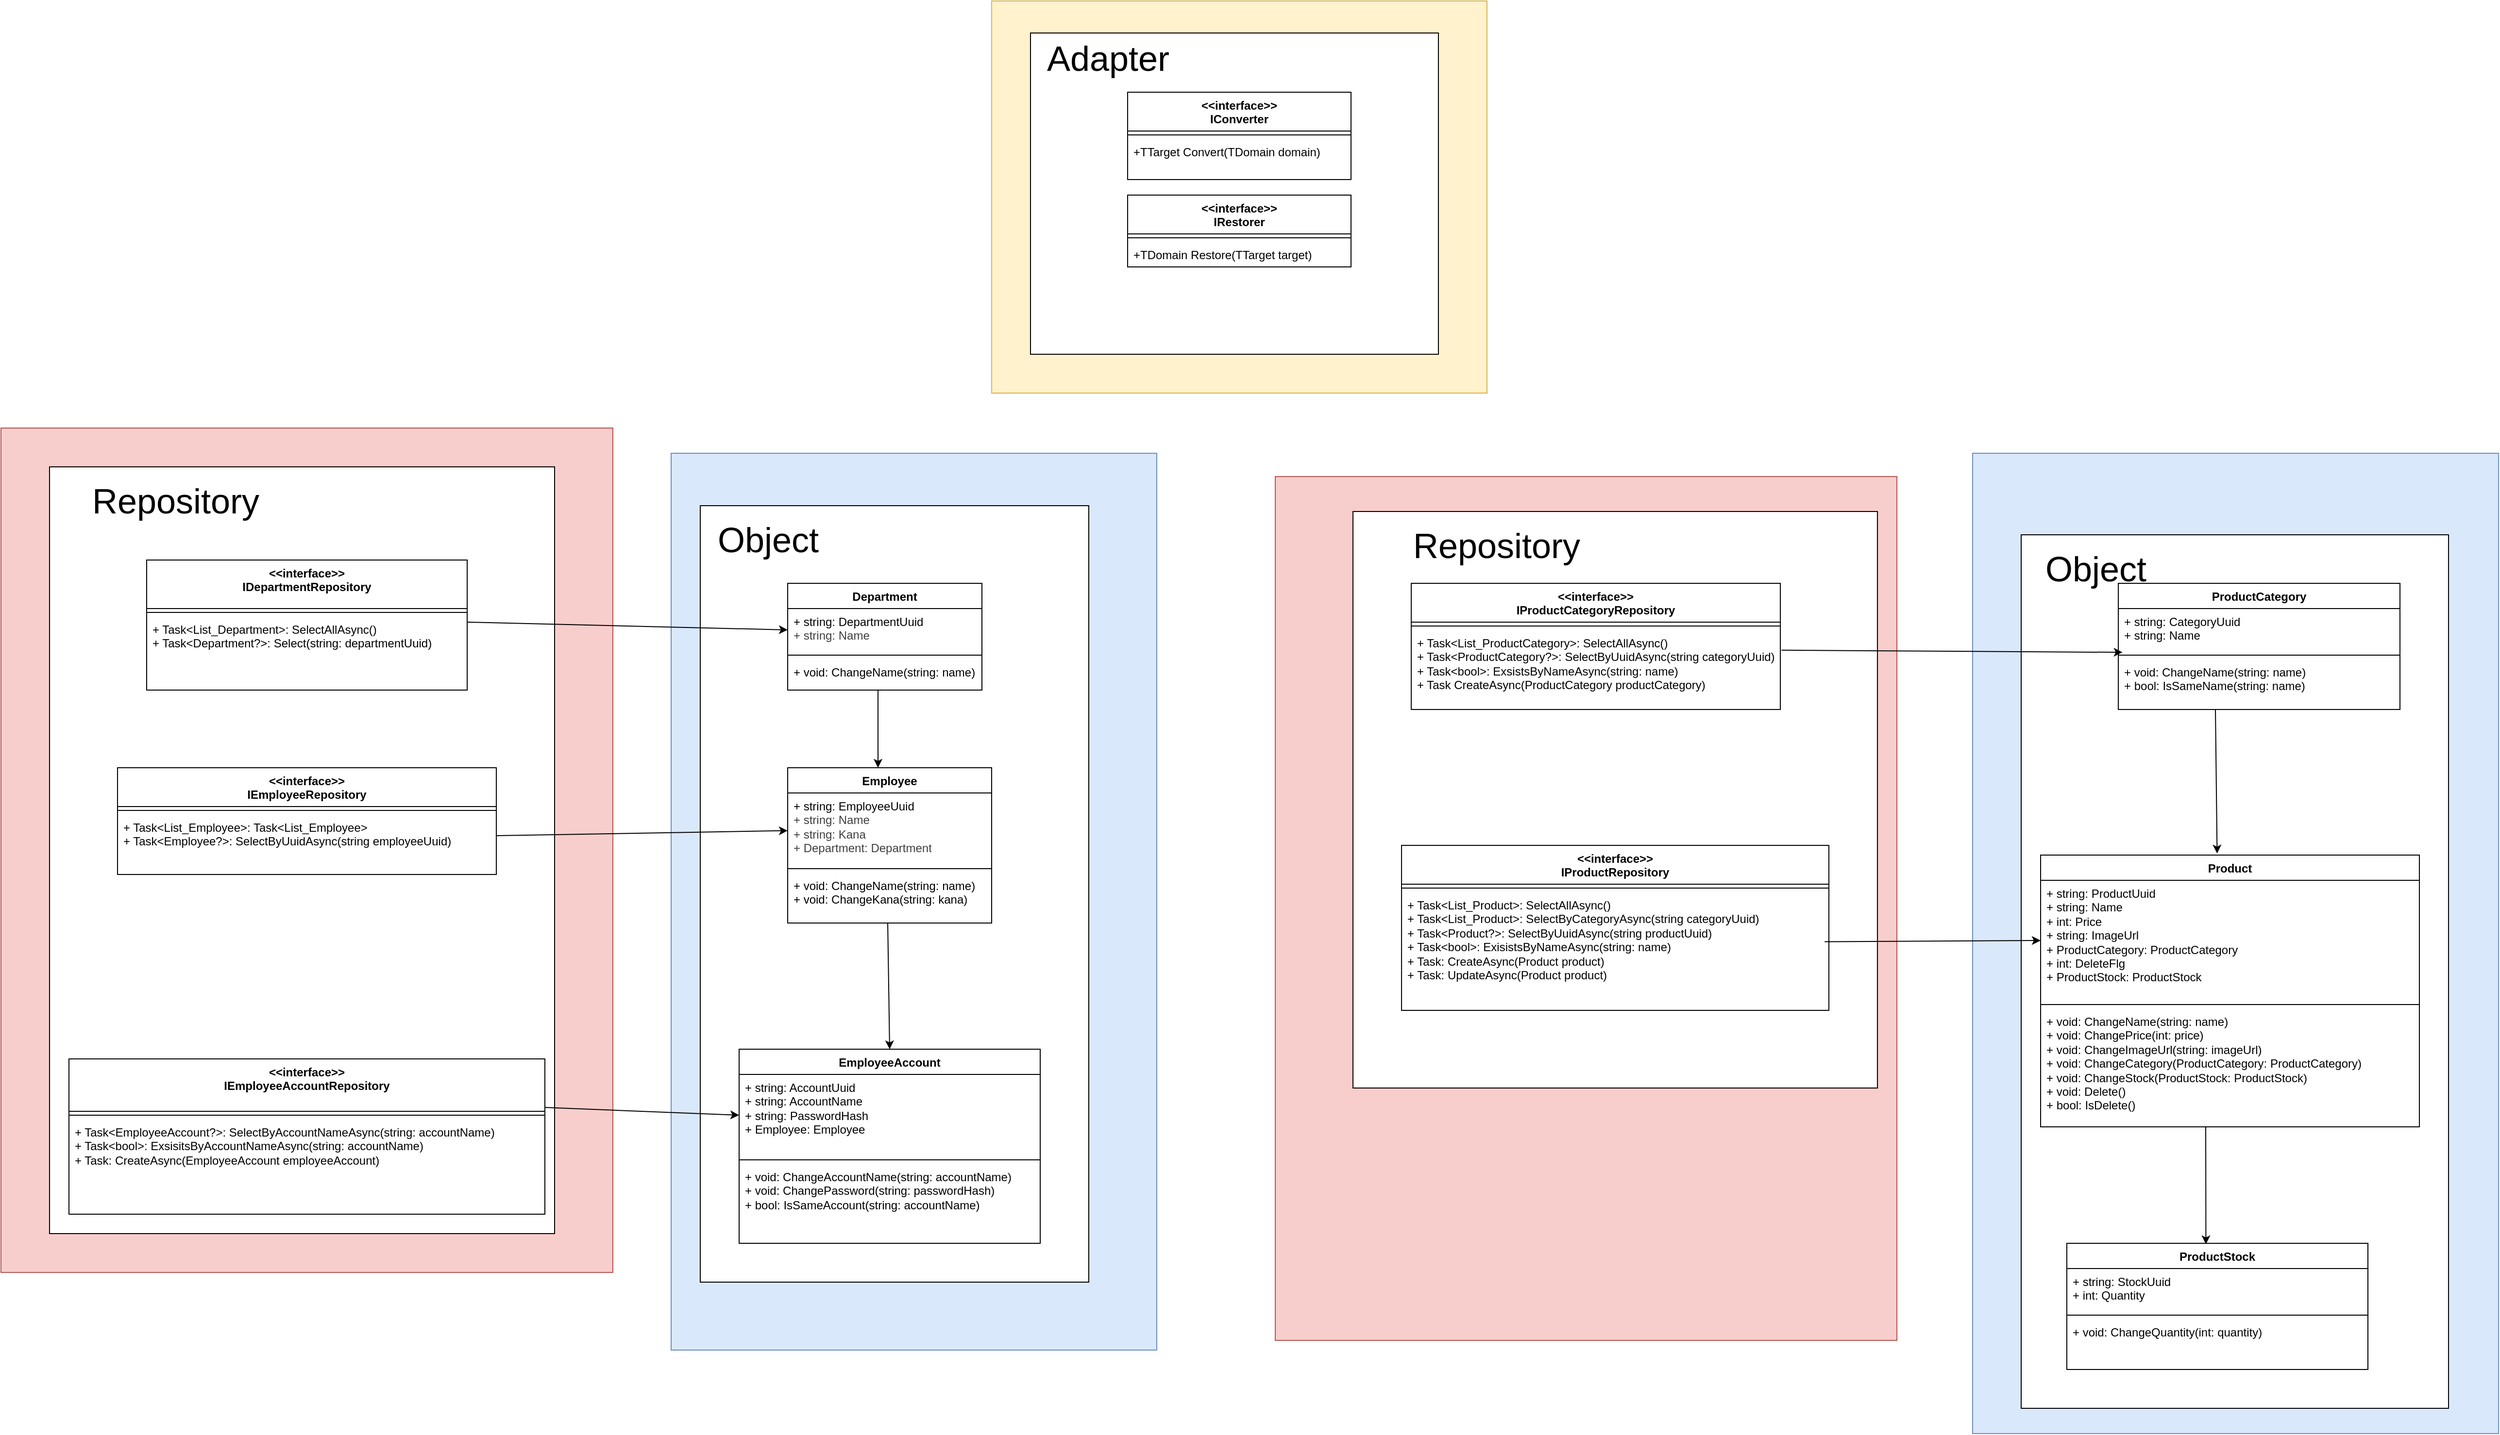
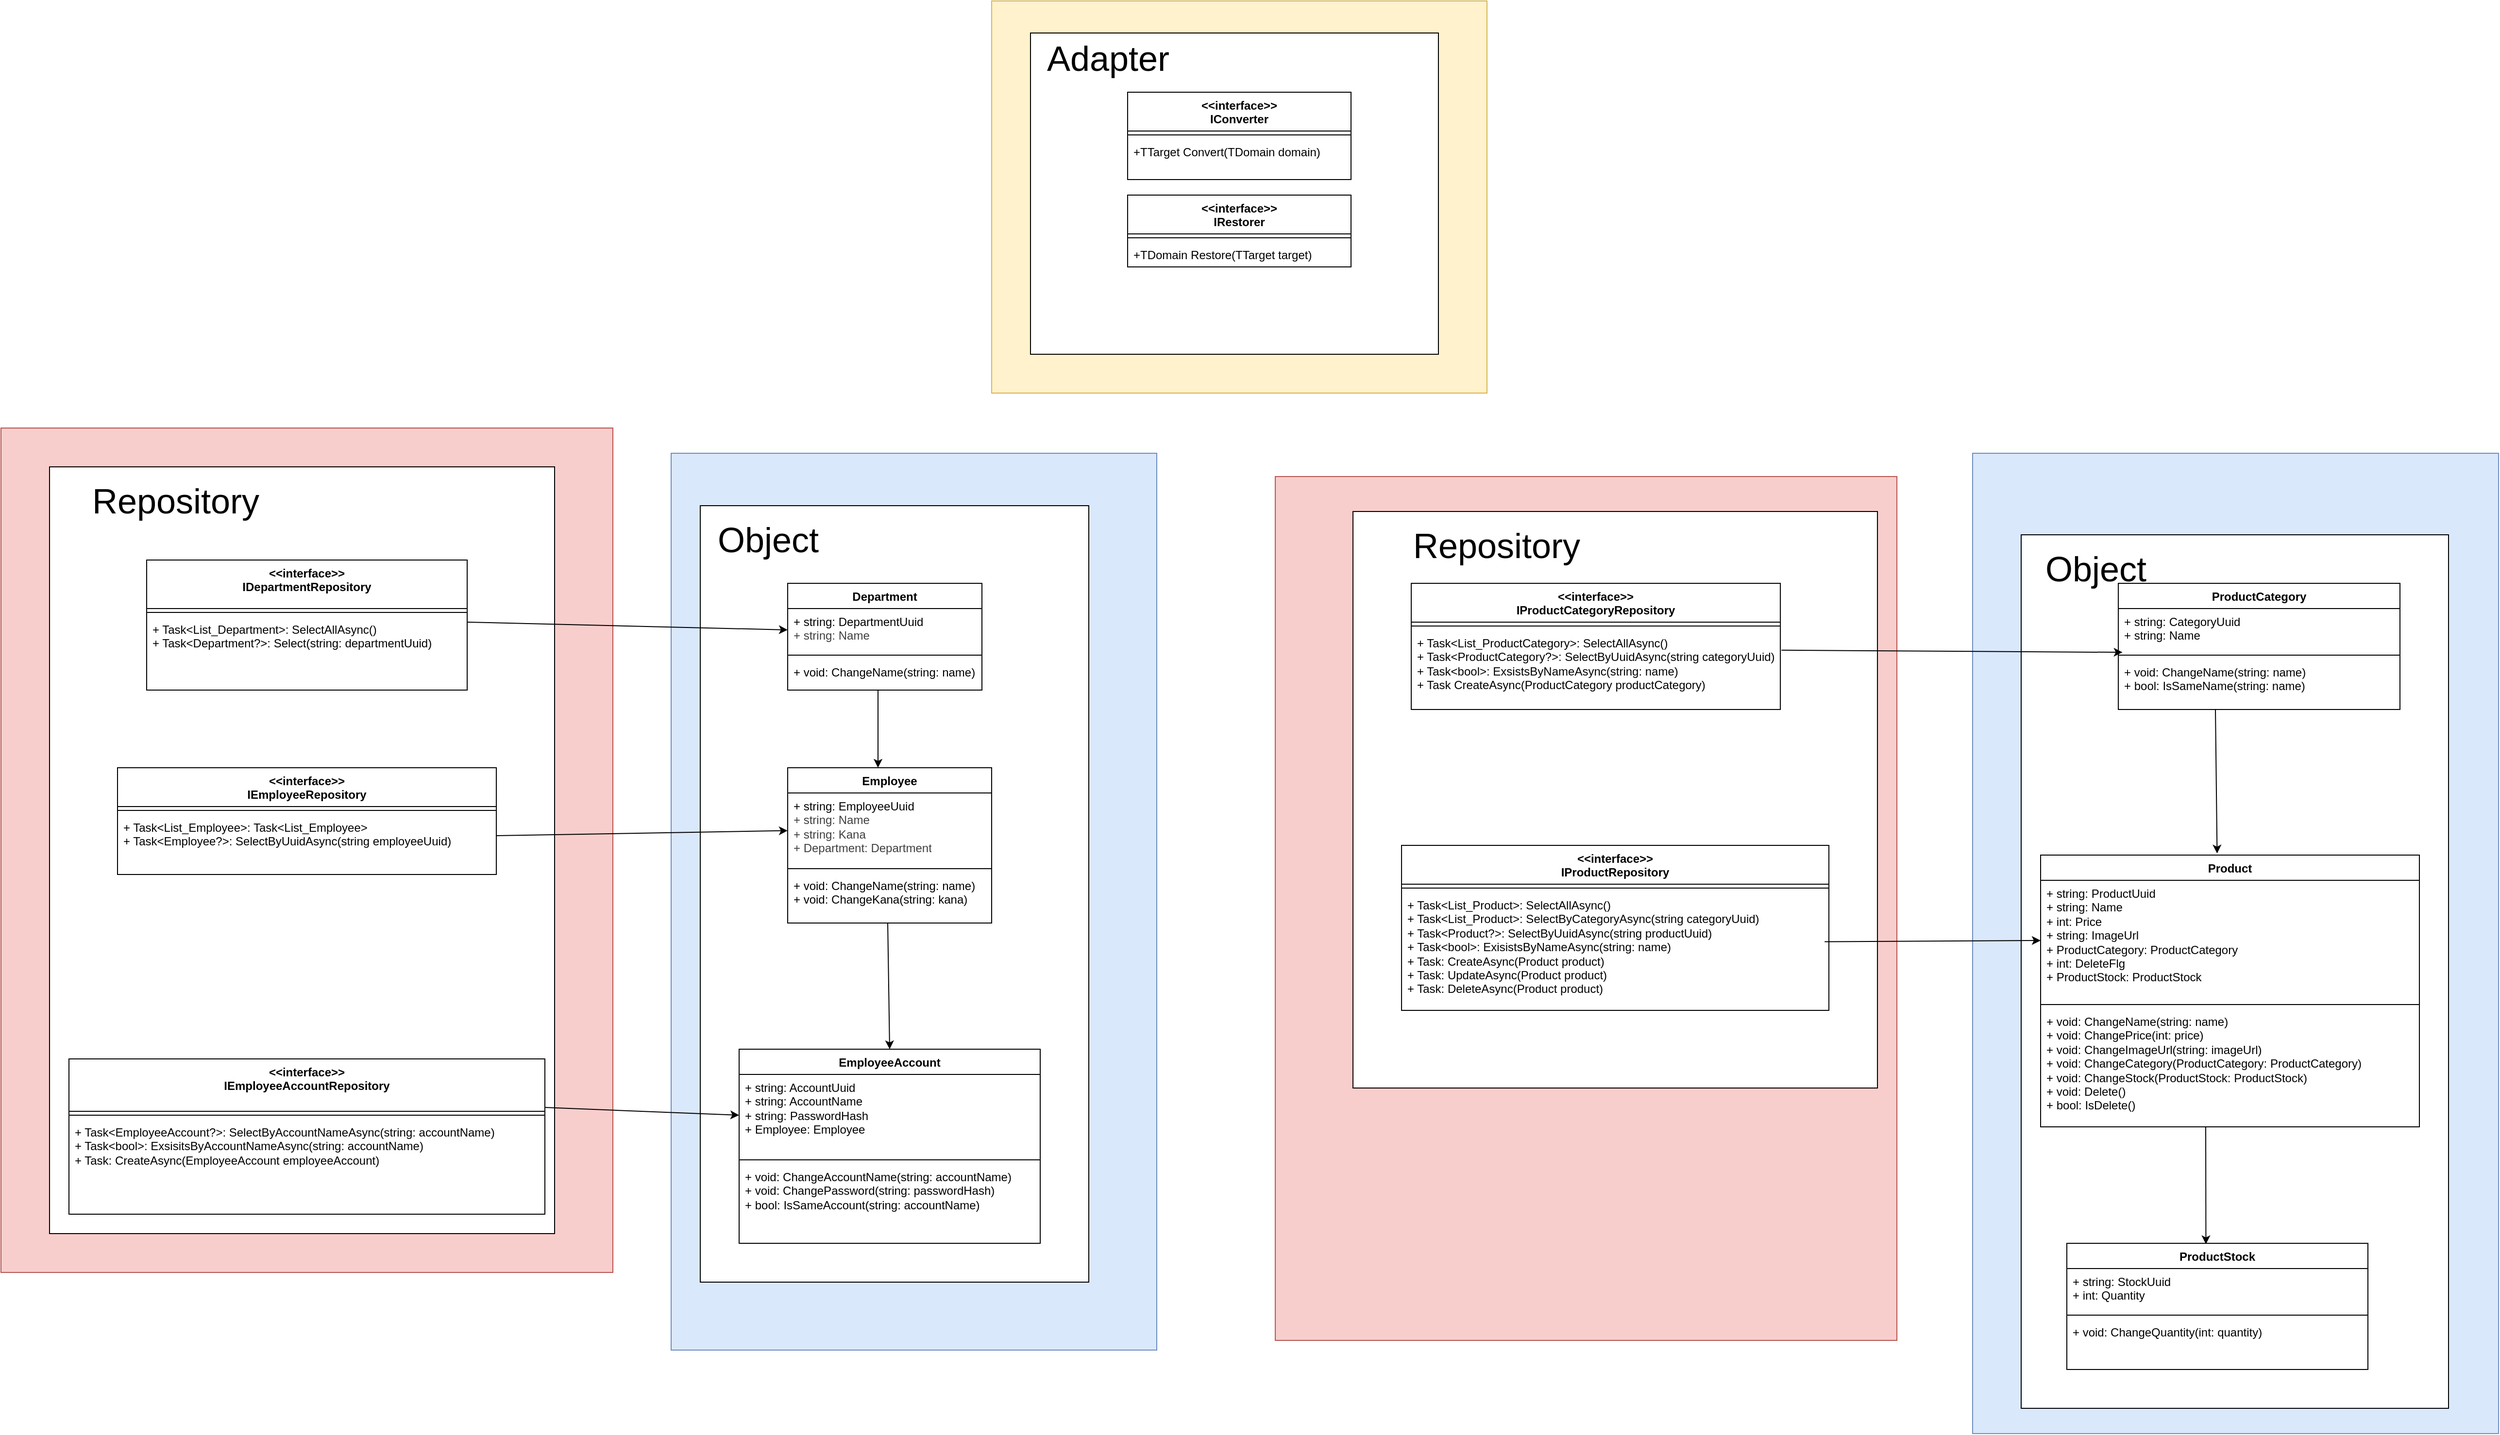
<mxfile host="65bd71144e">
    <diagram id="KKfMD3SemsG6aV6jb4rE" name="ページ1">
-         <mxGraphModel dx="3924" dy="2544" grid="1" gridSize="10" guides="1" tooltips="1" connect="1" arrows="1" fold="1" page="1" pageScale="1" pageWidth="827" pageHeight="1169" math="0" shadow="0">
+         <mxGraphModel dx="3272" dy="1780" grid="1" gridSize="10" guides="1" tooltips="1" connect="1" arrows="1" fold="1" page="1" pageScale="1" pageWidth="827" pageHeight="1169" math="0" shadow="0">
            <root>
                <mxCell id="0"/>
                <mxCell id="1" parent="0"/>
-                 <mxCell id="88" value="" style="rounded=0;whiteSpace=wrap;html=1;fillColor=#dae8fc;strokeColor=#6c8ebf;" vertex="1" parent="1">
+                 <mxCell id="88" value="" style="rounded=0;whiteSpace=wrap;html=1;fillColor=#dae8fc;strokeColor=#6c8ebf;" parent="1" vertex="1">
                    <mxGeometry x="420" y="-414" width="541.5" height="1010" as="geometry"/>
                </mxCell>
-                 <mxCell id="87" value="" style="rounded=0;whiteSpace=wrap;html=1;" vertex="1" parent="1">
+                 <mxCell id="87" value="" style="rounded=0;whiteSpace=wrap;html=1;" parent="1" vertex="1">
                    <mxGeometry x="470" y="-330" width="440" height="900" as="geometry"/>
                </mxCell>
-                 <mxCell id="85" value="" style="rounded=0;whiteSpace=wrap;html=1;fillColor=#dae8fc;strokeColor=#6c8ebf;" vertex="1" parent="1">
+                 <mxCell id="85" value="" style="rounded=0;whiteSpace=wrap;html=1;fillColor=#dae8fc;strokeColor=#6c8ebf;" parent="1" vertex="1">
                    <mxGeometry x="-920" y="-414" width="500" height="924" as="geometry"/>
                </mxCell>
-                 <mxCell id="84" value="" style="rounded=0;whiteSpace=wrap;html=1;" vertex="1" parent="1">
+                 <mxCell id="84" value="" style="rounded=0;whiteSpace=wrap;html=1;" parent="1" vertex="1">
                    <mxGeometry x="-890" y="-360" width="400" height="800" as="geometry"/>
                </mxCell>
-                 <mxCell id="82" value="" style="rounded=0;whiteSpace=wrap;html=1;fillColor=#f8cecc;strokeColor=#b85450;" vertex="1" parent="1">
+                 <mxCell id="82" value="" style="rounded=0;whiteSpace=wrap;html=1;fillColor=#f8cecc;strokeColor=#b85450;" parent="1" vertex="1">
                    <mxGeometry x="-297.97" y="-390" width="640" height="890" as="geometry"/>
                </mxCell>
-                 <mxCell id="80" value="" style="rounded=0;whiteSpace=wrap;html=1;" vertex="1" parent="1">
+                 <mxCell id="80" value="" style="rounded=0;whiteSpace=wrap;html=1;" parent="1" vertex="1">
                    <mxGeometry x="-217.97" y="-354" width="540" height="594" as="geometry"/>
                </mxCell>
-                 <mxCell id="78" value="" style="rounded=0;whiteSpace=wrap;html=1;fillColor=#f8cecc;strokeColor=#b85450;" vertex="1" parent="1">
+                 <mxCell id="78" value="" style="rounded=0;whiteSpace=wrap;html=1;fillColor=#f8cecc;strokeColor=#b85450;" parent="1" vertex="1">
                    <mxGeometry x="-1610" y="-440" width="630" height="870" as="geometry"/>
                </mxCell>
-                 <mxCell id="77" value="" style="rounded=0;whiteSpace=wrap;html=1;" vertex="1" parent="1">
+                 <mxCell id="77" value="" style="rounded=0;whiteSpace=wrap;html=1;" parent="1" vertex="1">
                    <mxGeometry x="-1560" y="-400" width="520" height="790" as="geometry"/>
                </mxCell>
-                 <mxCell id="76" value="" style="rounded=0;whiteSpace=wrap;html=1;fillColor=#fff2cc;strokeColor=#d6b656;" vertex="1" parent="1">
+                 <mxCell id="76" value="" style="rounded=0;whiteSpace=wrap;html=1;fillColor=#fff2cc;strokeColor=#d6b656;" parent="1" vertex="1">
                    <mxGeometry x="-590" y="-880" width="510" height="404" as="geometry"/>
                </mxCell>
-                 <mxCell id="74" value="" style="rounded=0;whiteSpace=wrap;html=1;" vertex="1" parent="1">
+                 <mxCell id="74" value="" style="rounded=0;whiteSpace=wrap;html=1;" parent="1" vertex="1">
                    <mxGeometry x="-550" y="-847" width="420" height="331" as="geometry"/>
                </mxCell>
                <mxCell id="10" value="EmployeeAccount" style="swimlane;fontStyle=1;align=center;verticalAlign=top;childLayout=stackLayout;horizontal=1;startSize=26;horizontalStack=0;resizeParent=1;resizeParentMax=0;resizeLast=0;collapsible=1;marginBottom=0;whiteSpace=wrap;html=1;" parent="1" vertex="1">
                    <mxGeometry x="-850" y="200" width="310" height="200" as="geometry"/>
                </mxCell>
                <mxCell id="11" value="+ string: AccountUuid&lt;div&gt;+ string: AccountName&lt;/div&gt;&lt;div&gt;+ string: PasswordHash&lt;/div&gt;&lt;div&gt;+ Employee: Employee&lt;/div&gt;" style="text;strokeColor=none;fillColor=none;align=left;verticalAlign=top;spacingLeft=4;spacingRight=4;overflow=hidden;rotatable=0;points=[[0,0.5],[1,0.5]];portConstraint=eastwest;whiteSpace=wrap;html=1;" parent="10" vertex="1">
                    <mxGeometry y="26" width="310" height="84" as="geometry"/>
                </mxCell>
                <mxCell id="12" value="" style="line;strokeWidth=1;fillColor=none;align=left;verticalAlign=middle;spacingTop=-1;spacingLeft=3;spacingRight=3;rotatable=0;labelPosition=right;points=[];portConstraint=eastwest;strokeColor=inherit;" parent="10" vertex="1">
                    <mxGeometry y="110" width="310" height="8" as="geometry"/>
                </mxCell>
                <mxCell id="13" value="+ void: ChangeAccountName(string: accountName)&lt;div&gt;+ void: ChangePassword(string: passwordHash)&lt;/div&gt;&lt;div&gt;+ bool: IsSameAccount(string: accountName)&lt;/div&gt;" style="text;strokeColor=none;fillColor=none;align=left;verticalAlign=top;spacingLeft=4;spacingRight=4;overflow=hidden;rotatable=0;points=[[0,0.5],[1,0.5]];portConstraint=eastwest;whiteSpace=wrap;html=1;" parent="10" vertex="1">
                    <mxGeometry y="118" width="310" height="82" as="geometry"/>
                </mxCell>
                <mxCell id="14" value="ProductCategory" style="swimlane;fontStyle=1;align=center;verticalAlign=top;childLayout=stackLayout;horizontal=1;startSize=26;horizontalStack=0;resizeParent=1;resizeParentMax=0;resizeLast=0;collapsible=1;marginBottom=0;whiteSpace=wrap;html=1;" parent="1" vertex="1">
                    <mxGeometry x="570" y="-280" width="290" height="130" as="geometry"/>
                </mxCell>
                <mxCell id="15" value="+ string: CategoryUuid&lt;div&gt;+ string: Name&lt;/div&gt;" style="text;strokeColor=none;fillColor=none;align=left;verticalAlign=top;spacingLeft=4;spacingRight=4;overflow=hidden;rotatable=0;points=[[0,0.5],[1,0.5]];portConstraint=eastwest;whiteSpace=wrap;html=1;" parent="14" vertex="1">
                    <mxGeometry y="26" width="290" height="44" as="geometry"/>
                </mxCell>
                <mxCell id="16" value="" style="line;strokeWidth=1;fillColor=none;align=left;verticalAlign=middle;spacingTop=-1;spacingLeft=3;spacingRight=3;rotatable=0;labelPosition=right;points=[];portConstraint=eastwest;strokeColor=inherit;" parent="14" vertex="1">
                    <mxGeometry y="70" width="290" height="8" as="geometry"/>
                </mxCell>
-                 <mxCell id="70" value="" style="endArrow=classic;html=1;entryX=0.466;entryY=-0.006;entryDx=0;entryDy=0;entryPerimeter=0;" edge="1" parent="14" target="18">
+                 <mxCell id="70" value="" style="endArrow=classic;html=1;entryX=0.466;entryY=-0.006;entryDx=0;entryDy=0;entryPerimeter=0;" parent="14" target="18" edge="1">
                    <mxGeometry width="50" height="50" relative="1" as="geometry">
                        <mxPoint x="100" y="130" as="sourcePoint"/>
                        <mxPoint x="150" y="80" as="targetPoint"/>
                    </mxGeometry>
                </mxCell>
                <mxCell id="17" value="+ void: ChangeName(string: name)&lt;div&gt;+ bool: IsSameName(string: name)&lt;/div&gt;" style="text;strokeColor=none;fillColor=none;align=left;verticalAlign=top;spacingLeft=4;spacingRight=4;overflow=hidden;rotatable=0;points=[[0,0.5],[1,0.5]];portConstraint=eastwest;whiteSpace=wrap;html=1;" parent="14" vertex="1">
                    <mxGeometry y="78" width="290" height="52" as="geometry"/>
                </mxCell>
                <mxCell id="18" value="Product" style="swimlane;fontStyle=1;align=center;verticalAlign=top;childLayout=stackLayout;horizontal=1;startSize=26;horizontalStack=0;resizeParent=1;resizeParentMax=0;resizeLast=0;collapsible=1;marginBottom=0;whiteSpace=wrap;html=1;" parent="1" vertex="1">
                    <mxGeometry x="490" width="390" height="280" as="geometry"/>
                </mxCell>
                <mxCell id="19" value="+ string: ProductUuid&lt;div&gt;+ string: Name&lt;/div&gt;&lt;div&gt;+ int: Price&lt;/div&gt;&lt;div&gt;+ string: ImageUrl&lt;/div&gt;&lt;div&gt;+ ProductCategory: ProductCategory&lt;/div&gt;&lt;div&gt;+ int: DeleteFlg&lt;/div&gt;&lt;div&gt;+ ProductStock: ProductStock&lt;/div&gt;" style="text;strokeColor=none;fillColor=none;align=left;verticalAlign=top;spacingLeft=4;spacingRight=4;overflow=hidden;rotatable=0;points=[[0,0.5],[1,0.5]];portConstraint=eastwest;whiteSpace=wrap;html=1;" parent="18" vertex="1">
                    <mxGeometry y="26" width="390" height="124" as="geometry"/>
                </mxCell>
                <mxCell id="20" value="" style="line;strokeWidth=1;fillColor=none;align=left;verticalAlign=middle;spacingTop=-1;spacingLeft=3;spacingRight=3;rotatable=0;labelPosition=right;points=[];portConstraint=eastwest;strokeColor=inherit;" parent="18" vertex="1">
                    <mxGeometry y="150" width="390" height="8" as="geometry"/>
                </mxCell>
                <mxCell id="21" value="+ void: ChangeName(string: name)&lt;div&gt;+ void: ChangePrice(int: price)&lt;/div&gt;&lt;div&gt;+ void: ChangeImageUrl(string: imageUrl)&lt;/div&gt;&lt;div&gt;+ void: ChangeCategory(ProductCategory: ProductCategory)&lt;/div&gt;&lt;div&gt;+ void: ChangeStock(ProductStock: ProductStock)&lt;/div&gt;&lt;div&gt;+ void: Delete()&lt;/div&gt;&lt;div&gt;+ bool: IsDelete()&amp;nbsp;&lt;/div&gt;" style="text;strokeColor=none;fillColor=none;align=left;verticalAlign=top;spacingLeft=4;spacingRight=4;overflow=hidden;rotatable=0;points=[[0,0.5],[1,0.5]];portConstraint=eastwest;whiteSpace=wrap;html=1;" parent="18" vertex="1">
                    <mxGeometry y="158" width="390" height="122" as="geometry"/>
                </mxCell>
-                 <mxCell id="71" value="" style="endArrow=classic;html=1;entryX=0.462;entryY=0.007;entryDx=0;entryDy=0;entryPerimeter=0;" edge="1" parent="18" target="22">
+                 <mxCell id="71" value="" style="endArrow=classic;html=1;entryX=0.462;entryY=0.007;entryDx=0;entryDy=0;entryPerimeter=0;" parent="18" target="22" edge="1">
                    <mxGeometry width="50" height="50" relative="1" as="geometry">
                        <mxPoint x="170" y="280" as="sourcePoint"/>
                        <mxPoint x="220" y="230" as="targetPoint"/>
                    </mxGeometry>
                </mxCell>
                <mxCell id="22" value="ProductStock" style="swimlane;fontStyle=1;align=center;verticalAlign=top;childLayout=stackLayout;horizontal=1;startSize=26;horizontalStack=0;resizeParent=1;resizeParentMax=0;resizeLast=0;collapsible=1;marginBottom=0;whiteSpace=wrap;html=1;" parent="1" vertex="1">
                    <mxGeometry x="517" y="400" width="310" height="130" as="geometry"/>
                </mxCell>
                <mxCell id="23" value="+ string: StockUuid&lt;div&gt;+ int: Quantity&lt;/div&gt;" style="text;strokeColor=none;fillColor=none;align=left;verticalAlign=top;spacingLeft=4;spacingRight=4;overflow=hidden;rotatable=0;points=[[0,0.5],[1,0.5]];portConstraint=eastwest;whiteSpace=wrap;html=1;" parent="22" vertex="1">
                    <mxGeometry y="26" width="310" height="44" as="geometry"/>
                </mxCell>
                <mxCell id="24" value="" style="line;strokeWidth=1;fillColor=none;align=left;verticalAlign=middle;spacingTop=-1;spacingLeft=3;spacingRight=3;rotatable=0;labelPosition=right;points=[];portConstraint=eastwest;strokeColor=inherit;" parent="22" vertex="1">
                    <mxGeometry y="70" width="310" height="8" as="geometry"/>
                </mxCell>
                <mxCell id="25" value="+ void: ChangeQuantity(int: quantity)&lt;div&gt;&lt;br&gt;&lt;/div&gt;" style="text;strokeColor=none;fillColor=none;align=left;verticalAlign=top;spacingLeft=4;spacingRight=4;overflow=hidden;rotatable=0;points=[[0,0.5],[1,0.5]];portConstraint=eastwest;whiteSpace=wrap;html=1;" parent="22" vertex="1">
                    <mxGeometry y="78" width="310" height="52" as="geometry"/>
                </mxCell>
                <mxCell id="26" value="&lt;span style=&quot;color: rgb(0, 0, 0);&quot;&gt;Department&lt;/span&gt;" style="swimlane;fontStyle=1;align=center;verticalAlign=top;childLayout=stackLayout;horizontal=1;startSize=26;horizontalStack=0;resizeParent=1;resizeParentMax=0;resizeLast=0;collapsible=1;marginBottom=0;whiteSpace=wrap;html=1;" parent="1" vertex="1">
                    <mxGeometry x="-800" y="-280" width="200" height="110" as="geometry"/>
                </mxCell>
                <mxCell id="27" value="&lt;span style=&quot;color: rgb(0, 0, 0);&quot;&gt;+ string: DepartmentUuid&lt;/span&gt;&lt;div style=&quot;color: rgb(63, 63, 63); scrollbar-color: rgb(226, 226, 226) rgb(251, 251, 251);&quot;&gt;+ string: Name&amp;nbsp;&lt;/div&gt;" style="text;strokeColor=none;fillColor=none;align=left;verticalAlign=top;spacingLeft=4;spacingRight=4;overflow=hidden;rotatable=0;points=[[0,0.5],[1,0.5]];portConstraint=eastwest;whiteSpace=wrap;html=1;" parent="26" vertex="1">
                    <mxGeometry y="26" width="200" height="44" as="geometry"/>
                </mxCell>
                <mxCell id="28" value="" style="line;strokeWidth=1;fillColor=none;align=left;verticalAlign=middle;spacingTop=-1;spacingLeft=3;spacingRight=3;rotatable=0;labelPosition=right;points=[];portConstraint=eastwest;strokeColor=inherit;" parent="26" vertex="1">
                    <mxGeometry y="70" width="200" height="8" as="geometry"/>
                </mxCell>
                <mxCell id="29" value="+ void: ChangeName(string: name)" style="text;strokeColor=none;fillColor=none;align=left;verticalAlign=top;spacingLeft=4;spacingRight=4;overflow=hidden;rotatable=0;points=[[0,0.5],[1,0.5]];portConstraint=eastwest;whiteSpace=wrap;html=1;" parent="26" vertex="1">
                    <mxGeometry y="78" width="200" height="32" as="geometry"/>
                </mxCell>
                <mxCell id="30" value="&lt;span style=&quot;color: rgb(0, 0, 0);&quot;&gt;Employee&lt;/span&gt;" style="swimlane;fontStyle=1;align=center;verticalAlign=top;childLayout=stackLayout;horizontal=1;startSize=26;horizontalStack=0;resizeParent=1;resizeParentMax=0;resizeLast=0;collapsible=1;marginBottom=0;whiteSpace=wrap;html=1;" parent="1" vertex="1">
                    <mxGeometry x="-800" y="-90" width="210" height="160" as="geometry"/>
                </mxCell>
                <mxCell id="31" value="&lt;span style=&quot;color: rgb(0, 0, 0);&quot;&gt;+ string: EmployeeUuid&lt;/span&gt;&lt;div style=&quot;color: rgb(63, 63, 63); scrollbar-color: rgb(226, 226, 226) rgb(251, 251, 251);&quot;&gt;+ string: Name&lt;/div&gt;&lt;div style=&quot;color: rgb(63, 63, 63); scrollbar-color: rgb(226, 226, 226) rgb(251, 251, 251);&quot;&gt;+ string: Kana&lt;/div&gt;&lt;div style=&quot;color: rgb(63, 63, 63); scrollbar-color: rgb(226, 226, 226) rgb(251, 251, 251);&quot;&gt;+ Department: Department&lt;/div&gt;" style="text;strokeColor=none;fillColor=none;align=left;verticalAlign=top;spacingLeft=4;spacingRight=4;overflow=hidden;rotatable=0;points=[[0,0.5],[1,0.5]];portConstraint=eastwest;whiteSpace=wrap;html=1;" parent="30" vertex="1">
                    <mxGeometry y="26" width="210" height="74" as="geometry"/>
                </mxCell>
                <mxCell id="32" value="" style="line;strokeWidth=1;fillColor=none;align=left;verticalAlign=middle;spacingTop=-1;spacingLeft=3;spacingRight=3;rotatable=0;labelPosition=right;points=[];portConstraint=eastwest;strokeColor=inherit;" parent="30" vertex="1">
                    <mxGeometry y="100" width="210" height="8" as="geometry"/>
                </mxCell>
-                 <mxCell id="66" value="" style="endArrow=classic;html=1;entryX=0.5;entryY=0;entryDx=0;entryDy=0;" edge="1" parent="30" target="10">
+                 <mxCell id="66" value="" style="endArrow=classic;html=1;entryX=0.5;entryY=0;entryDx=0;entryDy=0;" parent="30" target="10" edge="1">
                    <mxGeometry width="50" height="50" relative="1" as="geometry">
                        <mxPoint x="103" y="160" as="sourcePoint"/>
                        <mxPoint x="153" y="110" as="targetPoint"/>
                    </mxGeometry>
                </mxCell>
                <mxCell id="33" value="+ void: ChangeName(string: name)&lt;div&gt;+ void: ChangeKana(string: kana)&lt;/div&gt;" style="text;strokeColor=none;fillColor=none;align=left;verticalAlign=top;spacingLeft=4;spacingRight=4;overflow=hidden;rotatable=0;points=[[0,0.5],[1,0.5]];portConstraint=eastwest;whiteSpace=wrap;html=1;" parent="30" vertex="1">
                    <mxGeometry y="108" width="210" height="52" as="geometry"/>
                </mxCell>
-                 <mxCell id="34" value="&amp;lt;&amp;lt;interface&amp;gt;&amp;gt;&lt;div&gt;IConverter&lt;/div&gt;" style="swimlane;fontStyle=1;align=center;verticalAlign=top;childLayout=stackLayout;horizontal=1;startSize=40;horizontalStack=0;resizeParent=1;resizeParentMax=0;resizeLast=0;collapsible=1;marginBottom=0;whiteSpace=wrap;html=1;" vertex="1" parent="1">
+                 <mxCell id="34" value="&amp;lt;&amp;lt;interface&amp;gt;&amp;gt;&lt;div&gt;IConverter&lt;/div&gt;" style="swimlane;fontStyle=1;align=center;verticalAlign=top;childLayout=stackLayout;horizontal=1;startSize=40;horizontalStack=0;resizeParent=1;resizeParentMax=0;resizeLast=0;collapsible=1;marginBottom=0;whiteSpace=wrap;html=1;" parent="1" vertex="1">
                    <mxGeometry x="-450" y="-786" width="230" height="90" as="geometry"/>
                </mxCell>
-                 <mxCell id="35" value="" style="line;strokeWidth=1;fillColor=none;align=left;verticalAlign=middle;spacingTop=-1;spacingLeft=3;spacingRight=3;rotatable=0;labelPosition=right;points=[];portConstraint=eastwest;strokeColor=inherit;" vertex="1" parent="34">
+                 <mxCell id="35" value="" style="line;strokeWidth=1;fillColor=none;align=left;verticalAlign=middle;spacingTop=-1;spacingLeft=3;spacingRight=3;rotatable=0;labelPosition=right;points=[];portConstraint=eastwest;strokeColor=inherit;" parent="34" vertex="1">
                    <mxGeometry y="40" width="230" height="8" as="geometry"/>
                </mxCell>
-                 <mxCell id="36" value="+TTarget Convert(TDomain domain)" style="text;strokeColor=none;fillColor=none;align=left;verticalAlign=top;spacingLeft=4;spacingRight=4;overflow=hidden;rotatable=0;points=[[0,0.5],[1,0.5]];portConstraint=eastwest;whiteSpace=wrap;html=1;" vertex="1" parent="34">
+                 <mxCell id="36" value="+TTarget Convert(TDomain domain)" style="text;strokeColor=none;fillColor=none;align=left;verticalAlign=top;spacingLeft=4;spacingRight=4;overflow=hidden;rotatable=0;points=[[0,0.5],[1,0.5]];portConstraint=eastwest;whiteSpace=wrap;html=1;" parent="34" vertex="1">
                    <mxGeometry y="48" width="230" height="42" as="geometry"/>
                </mxCell>
-                 <mxCell id="37" value="&amp;lt;&amp;lt;interface&amp;gt;&amp;gt;&lt;div&gt;IRestorer&lt;/div&gt;" style="swimlane;fontStyle=1;align=center;verticalAlign=top;childLayout=stackLayout;horizontal=1;startSize=40;horizontalStack=0;resizeParent=1;resizeParentMax=0;resizeLast=0;collapsible=1;marginBottom=0;whiteSpace=wrap;html=1;" vertex="1" parent="1">
+                 <mxCell id="37" value="&amp;lt;&amp;lt;interface&amp;gt;&amp;gt;&lt;div&gt;IRestorer&lt;/div&gt;" style="swimlane;fontStyle=1;align=center;verticalAlign=top;childLayout=stackLayout;horizontal=1;startSize=40;horizontalStack=0;resizeParent=1;resizeParentMax=0;resizeLast=0;collapsible=1;marginBottom=0;whiteSpace=wrap;html=1;" parent="1" vertex="1">
                    <mxGeometry x="-450" y="-680" width="230" height="74" as="geometry"/>
                </mxCell>
-                 <mxCell id="38" value="" style="line;strokeWidth=1;fillColor=none;align=left;verticalAlign=middle;spacingTop=-1;spacingLeft=3;spacingRight=3;rotatable=0;labelPosition=right;points=[];portConstraint=eastwest;strokeColor=inherit;" vertex="1" parent="37">
+                 <mxCell id="38" value="" style="line;strokeWidth=1;fillColor=none;align=left;verticalAlign=middle;spacingTop=-1;spacingLeft=3;spacingRight=3;rotatable=0;labelPosition=right;points=[];portConstraint=eastwest;strokeColor=inherit;" parent="37" vertex="1">
                    <mxGeometry y="40" width="230" height="8" as="geometry"/>
                </mxCell>
-                 <mxCell id="39" value="+TDomain Restore(TTarget target)" style="text;strokeColor=none;fillColor=none;align=left;verticalAlign=top;spacingLeft=4;spacingRight=4;overflow=hidden;rotatable=0;points=[[0,0.5],[1,0.5]];portConstraint=eastwest;whiteSpace=wrap;html=1;" vertex="1" parent="37">
+                 <mxCell id="39" value="+TDomain Restore(TTarget target)" style="text;strokeColor=none;fillColor=none;align=left;verticalAlign=top;spacingLeft=4;spacingRight=4;overflow=hidden;rotatable=0;points=[[0,0.5],[1,0.5]];portConstraint=eastwest;whiteSpace=wrap;html=1;" parent="37" vertex="1">
                    <mxGeometry y="48" width="230" height="26" as="geometry"/>
                </mxCell>
-                 <mxCell id="40" value="&amp;lt;&amp;lt;interface&amp;gt;&amp;gt;&lt;br&gt;IDepartmentRepository" style="swimlane;fontStyle=1;align=center;verticalAlign=top;childLayout=stackLayout;horizontal=1;startSize=50;horizontalStack=0;resizeParent=1;resizeParentMax=0;resizeLast=0;collapsible=1;marginBottom=0;whiteSpace=wrap;html=1;" vertex="1" parent="1">
+                 <mxCell id="40" value="&amp;lt;&amp;lt;interface&amp;gt;&amp;gt;&lt;br&gt;IDepartmentRepository" style="swimlane;fontStyle=1;align=center;verticalAlign=top;childLayout=stackLayout;horizontal=1;startSize=50;horizontalStack=0;resizeParent=1;resizeParentMax=0;resizeLast=0;collapsible=1;marginBottom=0;whiteSpace=wrap;html=1;" parent="1" vertex="1">
                    <mxGeometry x="-1460" y="-304" width="330" height="134" as="geometry"/>
                </mxCell>
-                 <mxCell id="42" value="" style="line;strokeWidth=1;fillColor=none;align=left;verticalAlign=middle;spacingTop=-1;spacingLeft=3;spacingRight=3;rotatable=0;labelPosition=right;points=[];portConstraint=eastwest;strokeColor=inherit;" vertex="1" parent="40">
+                 <mxCell id="42" value="" style="line;strokeWidth=1;fillColor=none;align=left;verticalAlign=middle;spacingTop=-1;spacingLeft=3;spacingRight=3;rotatable=0;labelPosition=right;points=[];portConstraint=eastwest;strokeColor=inherit;" parent="40" vertex="1">
                    <mxGeometry y="50" width="330" height="8" as="geometry"/>
                </mxCell>
-                 <mxCell id="43" value="+ Task&amp;lt;List_Department&amp;gt;: SelectAllAsync()&lt;div&gt;+ Task&amp;lt;Department?&amp;gt;: Select(string: departmentUuid)&lt;/div&gt;" style="text;strokeColor=none;fillColor=none;align=left;verticalAlign=top;spacingLeft=4;spacingRight=4;overflow=hidden;rotatable=0;points=[[0,0.5],[1,0.5]];portConstraint=eastwest;whiteSpace=wrap;html=1;" vertex="1" parent="40">
+                 <mxCell id="43" value="+ Task&amp;lt;List_Department&amp;gt;: SelectAllAsync()&lt;div&gt;+ Task&amp;lt;Department?&amp;gt;: Select(string: departmentUuid)&lt;/div&gt;" style="text;strokeColor=none;fillColor=none;align=left;verticalAlign=top;spacingLeft=4;spacingRight=4;overflow=hidden;rotatable=0;points=[[0,0.5],[1,0.5]];portConstraint=eastwest;whiteSpace=wrap;html=1;" parent="40" vertex="1">
                    <mxGeometry y="58" width="330" height="76" as="geometry"/>
                </mxCell>
-                 <mxCell id="45" value="&amp;lt;&amp;lt;interface&amp;gt;&amp;gt;&lt;br&gt;IEmployeeRepository" style="swimlane;fontStyle=1;align=center;verticalAlign=top;childLayout=stackLayout;horizontal=1;startSize=40;horizontalStack=0;resizeParent=1;resizeParentMax=0;resizeLast=0;collapsible=1;marginBottom=0;whiteSpace=wrap;html=1;" vertex="1" parent="1">
+                 <mxCell id="45" value="&amp;lt;&amp;lt;interface&amp;gt;&amp;gt;&lt;br&gt;IEmployeeRepository" style="swimlane;fontStyle=1;align=center;verticalAlign=top;childLayout=stackLayout;horizontal=1;startSize=40;horizontalStack=0;resizeParent=1;resizeParentMax=0;resizeLast=0;collapsible=1;marginBottom=0;whiteSpace=wrap;html=1;" parent="1" vertex="1">
                    <mxGeometry x="-1490" y="-90" width="390" height="110" as="geometry"/>
                </mxCell>
-                 <mxCell id="47" value="" style="line;strokeWidth=1;fillColor=none;align=left;verticalAlign=middle;spacingTop=-1;spacingLeft=3;spacingRight=3;rotatable=0;labelPosition=right;points=[];portConstraint=eastwest;strokeColor=inherit;" vertex="1" parent="45">
+                 <mxCell id="47" value="" style="line;strokeWidth=1;fillColor=none;align=left;verticalAlign=middle;spacingTop=-1;spacingLeft=3;spacingRight=3;rotatable=0;labelPosition=right;points=[];portConstraint=eastwest;strokeColor=inherit;" parent="45" vertex="1">
                    <mxGeometry y="40" width="390" height="8" as="geometry"/>
                </mxCell>
-                 <mxCell id="48" value="&lt;span style=&quot;color: rgb(0, 0, 0);&quot;&gt;+ Task&amp;lt;List_Employee&amp;gt;: Task&amp;lt;List_Employee&amp;gt;&lt;br&gt;+ Task&amp;lt;Employee?&amp;gt;: SelectByUuidAsync(string employeeUuid)&lt;/span&gt;" style="text;strokeColor=none;fillColor=none;align=left;verticalAlign=top;spacingLeft=4;spacingRight=4;overflow=hidden;rotatable=0;points=[[0,0.5],[1,0.5]];portConstraint=eastwest;whiteSpace=wrap;html=1;" vertex="1" parent="45">
+                 <mxCell id="48" value="&lt;span style=&quot;color: rgb(0, 0, 0);&quot;&gt;+ Task&amp;lt;List_Employee&amp;gt;: Task&amp;lt;List_Employee&amp;gt;&lt;br&gt;+ Task&amp;lt;Employee?&amp;gt;: SelectByUuidAsync(string employeeUuid)&lt;/span&gt;" style="text;strokeColor=none;fillColor=none;align=left;verticalAlign=top;spacingLeft=4;spacingRight=4;overflow=hidden;rotatable=0;points=[[0,0.5],[1,0.5]];portConstraint=eastwest;whiteSpace=wrap;html=1;" parent="45" vertex="1">
                    <mxGeometry y="48" width="390" height="62" as="geometry"/>
                </mxCell>
-                 <mxCell id="49" value="&amp;lt;&amp;lt;interface&amp;gt;&amp;gt;&lt;br&gt;IEmployeeAccountRepository" style="swimlane;fontStyle=1;align=center;verticalAlign=top;childLayout=stackLayout;horizontal=1;startSize=54;horizontalStack=0;resizeParent=1;resizeParentMax=0;resizeLast=0;collapsible=1;marginBottom=0;whiteSpace=wrap;html=1;" vertex="1" parent="1">
+                 <mxCell id="49" value="&amp;lt;&amp;lt;interface&amp;gt;&amp;gt;&lt;br&gt;IEmployeeAccountRepository" style="swimlane;fontStyle=1;align=center;verticalAlign=top;childLayout=stackLayout;horizontal=1;startSize=54;horizontalStack=0;resizeParent=1;resizeParentMax=0;resizeLast=0;collapsible=1;marginBottom=0;whiteSpace=wrap;html=1;" parent="1" vertex="1">
                    <mxGeometry x="-1540" y="210" width="490" height="160" as="geometry"/>
                </mxCell>
-                 <mxCell id="51" value="" style="line;strokeWidth=1;fillColor=none;align=left;verticalAlign=middle;spacingTop=-1;spacingLeft=3;spacingRight=3;rotatable=0;labelPosition=right;points=[];portConstraint=eastwest;strokeColor=inherit;" vertex="1" parent="49">
+                 <mxCell id="51" value="" style="line;strokeWidth=1;fillColor=none;align=left;verticalAlign=middle;spacingTop=-1;spacingLeft=3;spacingRight=3;rotatable=0;labelPosition=right;points=[];portConstraint=eastwest;strokeColor=inherit;" parent="49" vertex="1">
                    <mxGeometry y="54" width="490" height="8" as="geometry"/>
                </mxCell>
-                 <mxCell id="52" value="+ Task&amp;lt;EmployeeAccount?&amp;gt;: SelectByAccountNameAsync(string: accountName)&lt;div&gt;+ Task&amp;lt;bool&amp;gt;: ExsisitsByAccountNameAsync(string: accountName)&lt;/div&gt;&lt;div&gt;+ Task: CreateAsync(EmployeeAccount employeeAccount)&lt;/div&gt;" style="text;strokeColor=none;fillColor=none;align=left;verticalAlign=top;spacingLeft=4;spacingRight=4;overflow=hidden;rotatable=0;points=[[0,0.5],[1,0.5]];portConstraint=eastwest;whiteSpace=wrap;html=1;" vertex="1" parent="49">
+                 <mxCell id="52" value="+ Task&amp;lt;EmployeeAccount?&amp;gt;: SelectByAccountNameAsync(string: accountName)&lt;div&gt;+ Task&amp;lt;bool&amp;gt;: ExsisitsByAccountNameAsync(string: accountName)&lt;/div&gt;&lt;div&gt;+ Task: CreateAsync(EmployeeAccount employeeAccount)&lt;/div&gt;" style="text;strokeColor=none;fillColor=none;align=left;verticalAlign=top;spacingLeft=4;spacingRight=4;overflow=hidden;rotatable=0;points=[[0,0.5],[1,0.5]];portConstraint=eastwest;whiteSpace=wrap;html=1;" parent="49" vertex="1">
                    <mxGeometry y="62" width="490" height="98" as="geometry"/>
                </mxCell>
-                 <mxCell id="53" value="&amp;lt;&amp;lt;interface&amp;gt;&amp;gt;&lt;br&gt;IProductCategoryRepository" style="swimlane;fontStyle=1;align=center;verticalAlign=top;childLayout=stackLayout;horizontal=1;startSize=40;horizontalStack=0;resizeParent=1;resizeParentMax=0;resizeLast=0;collapsible=1;marginBottom=0;whiteSpace=wrap;html=1;" vertex="1" parent="1">
+                 <mxCell id="53" value="&amp;lt;&amp;lt;interface&amp;gt;&amp;gt;&lt;br&gt;IProductCategoryRepository" style="swimlane;fontStyle=1;align=center;verticalAlign=top;childLayout=stackLayout;horizontal=1;startSize=40;horizontalStack=0;resizeParent=1;resizeParentMax=0;resizeLast=0;collapsible=1;marginBottom=0;whiteSpace=wrap;html=1;" parent="1" vertex="1">
                    <mxGeometry x="-157.97" y="-280" width="380" height="130" as="geometry"/>
                </mxCell>
-                 <mxCell id="55" value="" style="line;strokeWidth=1;fillColor=none;align=left;verticalAlign=middle;spacingTop=-1;spacingLeft=3;spacingRight=3;rotatable=0;labelPosition=right;points=[];portConstraint=eastwest;strokeColor=inherit;" vertex="1" parent="53">
+                 <mxCell id="55" value="" style="line;strokeWidth=1;fillColor=none;align=left;verticalAlign=middle;spacingTop=-1;spacingLeft=3;spacingRight=3;rotatable=0;labelPosition=right;points=[];portConstraint=eastwest;strokeColor=inherit;" parent="53" vertex="1">
                    <mxGeometry y="40" width="380" height="8" as="geometry"/>
                </mxCell>
-                 <mxCell id="56" value="+ Task&amp;lt;List_ProductCategory&amp;gt;: SelectAllAsync()&lt;div&gt;+ Task&amp;lt;ProductCategory?&amp;gt;: SelectByUuidAsync(string categoryUuid)&lt;/div&gt;&lt;div&gt;+ Task&amp;lt;bool&amp;gt;: ExsistsByNameAsync(string: name)&lt;/div&gt;&lt;div&gt;+ Task CreateAsync(ProductCategory productCategory)&lt;/div&gt;" style="text;strokeColor=none;fillColor=none;align=left;verticalAlign=top;spacingLeft=4;spacingRight=4;overflow=hidden;rotatable=0;points=[[0,0.5],[1,0.5]];portConstraint=eastwest;whiteSpace=wrap;html=1;" vertex="1" parent="53">
+                 <mxCell id="56" value="+ Task&amp;lt;List_ProductCategory&amp;gt;: SelectAllAsync()&lt;div&gt;+ Task&amp;lt;ProductCategory?&amp;gt;: SelectByUuidAsync(string categoryUuid)&lt;/div&gt;&lt;div&gt;+ Task&amp;lt;bool&amp;gt;: ExsistsByNameAsync(string: name)&lt;/div&gt;&lt;div&gt;+ Task CreateAsync(ProductCategory productCategory)&lt;/div&gt;" style="text;strokeColor=none;fillColor=none;align=left;verticalAlign=top;spacingLeft=4;spacingRight=4;overflow=hidden;rotatable=0;points=[[0,0.5],[1,0.5]];portConstraint=eastwest;whiteSpace=wrap;html=1;" parent="53" vertex="1">
                    <mxGeometry y="48" width="380" height="82" as="geometry"/>
                </mxCell>
-                 <mxCell id="58" value="&amp;lt;&amp;lt;interface&amp;gt;&amp;gt;&lt;div&gt;IProductRepository&lt;/div&gt;" style="swimlane;fontStyle=1;align=center;verticalAlign=top;childLayout=stackLayout;horizontal=1;startSize=40;horizontalStack=0;resizeParent=1;resizeParentMax=0;resizeLast=0;collapsible=1;marginBottom=0;whiteSpace=wrap;html=1;" vertex="1" parent="1">
+                 <mxCell id="58" value="&amp;lt;&amp;lt;interface&amp;gt;&amp;gt;&lt;div&gt;IProductRepository&lt;/div&gt;" style="swimlane;fontStyle=1;align=center;verticalAlign=top;childLayout=stackLayout;horizontal=1;startSize=40;horizontalStack=0;resizeParent=1;resizeParentMax=0;resizeLast=0;collapsible=1;marginBottom=0;whiteSpace=wrap;html=1;" parent="1" vertex="1">
                    <mxGeometry x="-167.97" y="-10" width="440" height="170" as="geometry"/>
                </mxCell>
-                 <mxCell id="60" value="" style="line;strokeWidth=1;fillColor=none;align=left;verticalAlign=middle;spacingTop=-1;spacingLeft=3;spacingRight=3;rotatable=0;labelPosition=right;points=[];portConstraint=eastwest;strokeColor=inherit;" vertex="1" parent="58">
+                 <mxCell id="60" value="" style="line;strokeWidth=1;fillColor=none;align=left;verticalAlign=middle;spacingTop=-1;spacingLeft=3;spacingRight=3;rotatable=0;labelPosition=right;points=[];portConstraint=eastwest;strokeColor=inherit;" parent="58" vertex="1">
                    <mxGeometry y="40" width="440" height="8" as="geometry"/>
                </mxCell>
-                 <mxCell id="61" value="+ Task&amp;lt;List_Product&amp;gt;: SelectAllAsync()&lt;div&gt;+ Task&amp;lt;List_Product&amp;gt;: SelectByCategoryAsync(string categoryUuid)&lt;/div&gt;&lt;div&gt;+ Task&amp;lt;Product?&amp;gt;: SelectByUuidAsync(string productUuid)&lt;/div&gt;&lt;div&gt;+ Task&amp;lt;bool&amp;gt;: ExisistsByNameAsync(string: name)&lt;/div&gt;&lt;div&gt;+ Task: CreateAsync(Product product)&lt;/div&gt;&lt;div&gt;+ Task: UpdateAsync(Product product)&lt;/div&gt;" style="text;strokeColor=none;fillColor=none;align=left;verticalAlign=top;spacingLeft=4;spacingRight=4;overflow=hidden;rotatable=0;points=[[0,0.5],[1,0.5]];portConstraint=eastwest;whiteSpace=wrap;html=1;" vertex="1" parent="58">
+                 <mxCell id="61" value="+ Task&amp;lt;List_Product&amp;gt;: SelectAllAsync()&lt;div&gt;+ Task&amp;lt;List_Product&amp;gt;: SelectByCategoryAsync(string categoryUuid)&lt;/div&gt;&lt;div&gt;+ Task&amp;lt;Product?&amp;gt;: SelectByUuidAsync(string productUuid)&lt;/div&gt;&lt;div&gt;+ Task&amp;lt;bool&amp;gt;: ExisistsByNameAsync(string: name)&lt;/div&gt;&lt;div&gt;+ Task: CreateAsync(Product product)&lt;/div&gt;&lt;div&gt;+ Task: UpdateAsync(Product product)&lt;/div&gt;&lt;div&gt;+ Task: DeleteAsync(Product product)&lt;/div&gt;" style="text;strokeColor=none;fillColor=none;align=left;verticalAlign=top;spacingLeft=4;spacingRight=4;overflow=hidden;rotatable=0;points=[[0,0.5],[1,0.5]];portConstraint=eastwest;whiteSpace=wrap;html=1;" parent="58" vertex="1">
                    <mxGeometry y="48" width="440" height="122" as="geometry"/>
                </mxCell>
-                 <mxCell id="65" value="" style="endArrow=classic;html=1;" edge="1" parent="1">
+                 <mxCell id="65" value="" style="endArrow=classic;html=1;" parent="1" edge="1">
                    <mxGeometry width="50" height="50" relative="1" as="geometry">
                        <mxPoint x="-707" y="-170" as="sourcePoint"/>
                        <mxPoint x="-707" y="-90" as="targetPoint"/>
                    </mxGeometry>
                </mxCell>
-                 <mxCell id="67" value="" style="endArrow=classic;html=1;entryX=0;entryY=0.5;entryDx=0;entryDy=0;" edge="1" parent="1" target="27">
+                 <mxCell id="67" value="" style="endArrow=classic;html=1;entryX=0;entryY=0.5;entryDx=0;entryDy=0;" parent="1" target="27" edge="1">
                    <mxGeometry width="50" height="50" relative="1" as="geometry">
                        <mxPoint x="-1130" y="-240" as="sourcePoint"/>
                        <mxPoint x="-903" y="-242" as="targetPoint"/>
                    </mxGeometry>
                </mxCell>
-                 <mxCell id="68" value="" style="endArrow=classic;html=1;" edge="1" parent="1" target="31">
+                 <mxCell id="68" value="" style="endArrow=classic;html=1;" parent="1" target="31" edge="1">
                    <mxGeometry width="50" height="50" relative="1" as="geometry">
                        <mxPoint x="-1100" y="-20" as="sourcePoint"/>
                        <mxPoint x="-904" y="-20" as="targetPoint"/>
                    </mxGeometry>
                </mxCell>
-                 <mxCell id="69" value="" style="endArrow=classic;html=1;entryX=0;entryY=0.5;entryDx=0;entryDy=0;" edge="1" parent="1" target="11">
+                 <mxCell id="69" value="" style="endArrow=classic;html=1;entryX=0;entryY=0.5;entryDx=0;entryDy=0;" parent="1" target="11" edge="1">
                    <mxGeometry width="50" height="50" relative="1" as="geometry">
                        <mxPoint x="-1050" y="260" as="sourcePoint"/>
                        <mxPoint x="-953" y="258" as="targetPoint"/>
                    </mxGeometry>
                </mxCell>
-                 <mxCell id="72" value="" style="endArrow=classic;html=1;entryX=0.015;entryY=1.025;entryDx=0;entryDy=0;entryPerimeter=0;exitX=1.003;exitY=0.255;exitDx=0;exitDy=0;exitPerimeter=0;" edge="1" parent="1" source="56" target="15">
+                 <mxCell id="72" value="" style="endArrow=classic;html=1;entryX=0.015;entryY=1.025;entryDx=0;entryDy=0;entryPerimeter=0;exitX=1.003;exitY=0.255;exitDx=0;exitDy=0;exitPerimeter=0;" parent="1" source="56" target="15" edge="1">
                    <mxGeometry width="50" height="50" relative="1" as="geometry">
                        <mxPoint x="282.03" y="-210" as="sourcePoint"/>
                        <mxPoint x="490.0000000000002" y="-208.67999999999984" as="targetPoint"/>
                    </mxGeometry>
                </mxCell>
-                 <mxCell id="73" value="" style="endArrow=classic;html=1;entryX=0;entryY=0.5;entryDx=0;entryDy=0;exitX=0.99;exitY=0.42;exitDx=0;exitDy=0;exitPerimeter=0;" edge="1" parent="1" source="61" target="19">
+                 <mxCell id="73" value="" style="endArrow=classic;html=1;entryX=0;entryY=0.5;entryDx=0;entryDy=0;exitX=0.99;exitY=0.42;exitDx=0;exitDy=0;exitPerimeter=0;" parent="1" source="61" target="19" edge="1">
                    <mxGeometry width="50" height="50" relative="1" as="geometry">
                        <mxPoint x="282.03" y="90" as="sourcePoint"/>
                        <mxPoint x="412.03" y="88" as="targetPoint"/>
                    </mxGeometry>
                </mxCell>
-                 <mxCell id="75" value="&lt;font style=&quot;font-size: 36px;&quot;&gt;Adapter&lt;/font&gt;" style="text;html=1;align=center;verticalAlign=middle;whiteSpace=wrap;rounded=0;" vertex="1" parent="1">
+                 <mxCell id="75" value="&lt;font style=&quot;font-size: 36px;&quot;&gt;Adapter&lt;/font&gt;" style="text;html=1;align=center;verticalAlign=middle;whiteSpace=wrap;rounded=0;" parent="1" vertex="1">
                    <mxGeometry x="-500" y="-836" width="60" height="30" as="geometry"/>
                </mxCell>
-                 <mxCell id="79" value="&lt;font style=&quot;font-size: 36px;&quot;&gt;Repository&lt;/font&gt;" style="text;html=1;align=center;verticalAlign=middle;whiteSpace=wrap;rounded=0;" vertex="1" parent="1">
+                 <mxCell id="79" value="&lt;font style=&quot;font-size: 36px;&quot;&gt;Repository&lt;/font&gt;" style="text;html=1;align=center;verticalAlign=middle;whiteSpace=wrap;rounded=0;" parent="1" vertex="1">
                    <mxGeometry x="-1460" y="-380" width="60" height="30" as="geometry"/>
                </mxCell>
-                 <mxCell id="81" value="&lt;font style=&quot;font-size: 36px;&quot;&gt;Repository&lt;/font&gt;" style="text;html=1;align=center;verticalAlign=middle;whiteSpace=wrap;rounded=0;" vertex="1" parent="1">
+                 <mxCell id="81" value="&lt;font style=&quot;font-size: 36px;&quot;&gt;Repository&lt;/font&gt;" style="text;html=1;align=center;verticalAlign=middle;whiteSpace=wrap;rounded=0;" parent="1" vertex="1">
                    <mxGeometry x="-100" y="-334" width="60" height="30" as="geometry"/>
                </mxCell>
-                 <mxCell id="86" value="&lt;font style=&quot;font-size: 36px;&quot;&gt;Object&lt;/font&gt;" style="text;html=1;align=center;verticalAlign=middle;whiteSpace=wrap;rounded=0;" vertex="1" parent="1">
+                 <mxCell id="86" value="&lt;font style=&quot;font-size: 36px;&quot;&gt;Object&lt;/font&gt;" style="text;html=1;align=center;verticalAlign=middle;whiteSpace=wrap;rounded=0;" parent="1" vertex="1">
                    <mxGeometry x="-850" y="-340" width="60" height="30" as="geometry"/>
                </mxCell>
-                 <mxCell id="90" value="&lt;font style=&quot;font-size: 36px;&quot;&gt;Object&lt;/font&gt;" style="text;html=1;align=center;verticalAlign=middle;whiteSpace=wrap;rounded=0;" vertex="1" parent="1">
+                 <mxCell id="90" value="&lt;font style=&quot;font-size: 36px;&quot;&gt;Object&lt;/font&gt;" style="text;html=1;align=center;verticalAlign=middle;whiteSpace=wrap;rounded=0;" parent="1" vertex="1">
                    <mxGeometry x="517" y="-310" width="60" height="30" as="geometry"/>
                </mxCell>
            </root>
        </mxGraphModel>
    </diagram>
</mxfile>